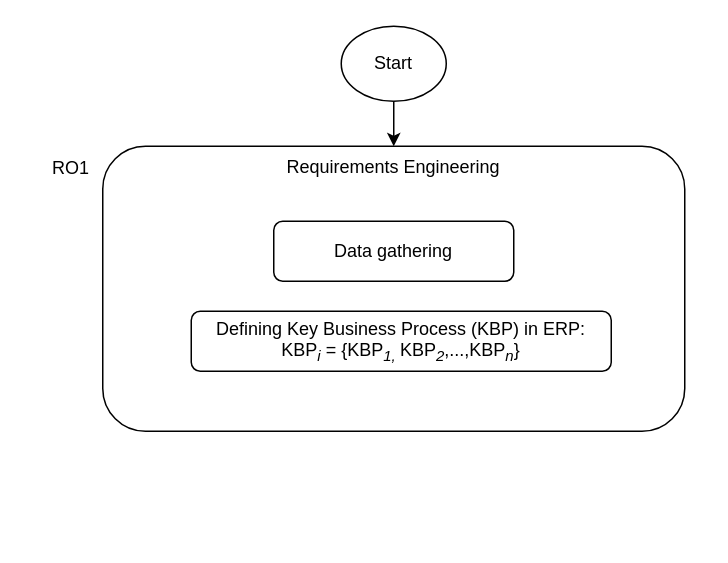
This is Desain Logic iS-ERP.drawio from ariesharry/S-ERP, a draw.io file, before an edit. Source tidied: cells renumbered, new cells numbered last; positions are measured from the earlier drawing's top-left corner, leaving out a move shared by most shapes. Both pictures are drawn from the tidied source at 150%, with x=0, y=0 at pixel (26, 26).
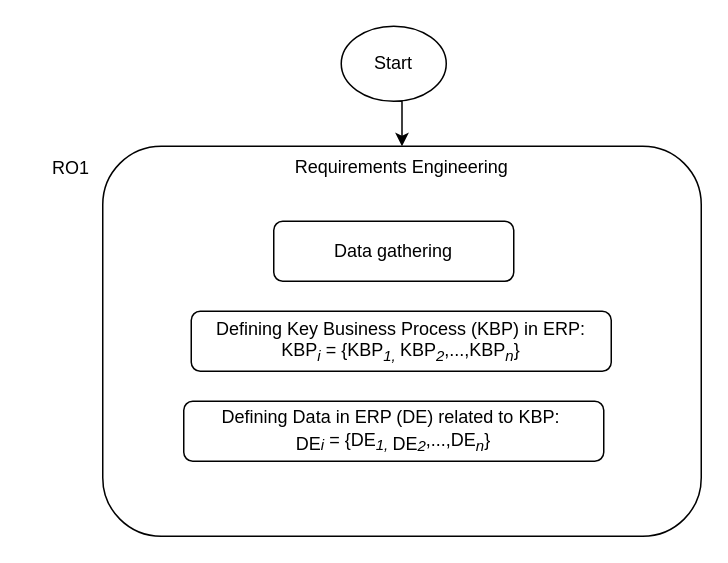
The same diagram, later.

Diff of the diagram source:
```diff
@@
 <mxGraphModel>
   <root>
     <mxCell id="0" />
     <mxCell id="1" parent="0" />
     <mxCell id="2" value="Requirements Engineering" style="rounded=1;whiteSpace=wrap;html=1;verticalAlign=top;" parent="1" vertex="1">
-      <mxGeometry x="51" y="80" width="388" height="190" as="geometry" />
+      <mxGeometry x="51" y="80" width="399" height="260" as="geometry" />
     </mxCell>
     <mxCell id="3" style="edgeStyle=orthogonalEdgeStyle;rounded=0;jettySize=auto;html=1;exitX=0.5;exitY=1;exitDx=0;exitDy=0;entryX=0.5;entryY=0;entryDx=0;entryDy=0;" parent="1" edge="1" source="4" target="2">
       <mxGeometry relative="1" as="geometry" />
     </mxCell>
     <mxCell id="4" value="Start" style="ellipse;whiteSpace=wrap;html=1;" parent="1" vertex="1">
       <mxGeometry x="210" width="70" height="50" as="geometry" />
     </mxCell>
     <mxCell id="5" value="RO1" style="text;html=1;align=center;verticalAlign=middle;whiteSpace=wrap;rounded=0;" parent="1" vertex="1">
       <mxGeometry y="80" width="60" height="30" as="geometry" />
     </mxCell>
     <mxCell id="6" value="Data gathering" style="rounded=1;whiteSpace=wrap;html=1;" parent="1" vertex="1">
       <mxGeometry x="165" y="130" width="160" height="40" as="geometry" />
     </mxCell>
     <mxCell id="7" value="Defining Key Business Process (KBP) in ERP: KBP&lt;sub&gt;&lt;i&gt;i&lt;/i&gt;&lt;/sub&gt;&amp;nbsp;= {KBP&lt;sub&gt;&lt;i&gt;1,&amp;nbsp;&lt;/i&gt;&lt;/sub&gt;KBP&lt;sub&gt;&lt;i&gt;2&lt;/i&gt;&lt;/sub&gt;,...,KBP&lt;sub&gt;&lt;i&gt;n&lt;/i&gt;&lt;/sub&gt;}" style="rounded=1;whiteSpace=wrap;html=1;" parent="1" vertex="1">
       <mxGeometry x="110" y="190" width="280" height="40" as="geometry" />
     </mxCell>
+    <mxCell id="8" value="Defining Data in ERP (DE) related to KBP:&amp;nbsp;&lt;div&gt;&lt;sub&gt;&lt;span style=&quot;font-size: 12px;&quot;&gt;DE&lt;/span&gt;&lt;i&gt;i&lt;/i&gt;&lt;/sub&gt;&amp;nbsp;= {DE&lt;sub&gt;&lt;i&gt;1, &lt;/i&gt;&lt;span style=&quot;font-size: 12px;&quot;&gt;DE&lt;/span&gt;&lt;/sub&gt;&lt;sub&gt;&lt;i&gt;2&lt;/i&gt;&lt;/sub&gt;,...,DE&lt;sub&gt;&lt;i&gt;n&lt;/i&gt;&lt;/sub&gt;}&lt;/div&gt;" style="rounded=1;whiteSpace=wrap;html=1;" parent="1" vertex="1">
+      <mxGeometry x="105" y="250" width="280" height="40" as="geometry" />
+    </mxCell>
   </root>
 </mxGraphModel>
```
